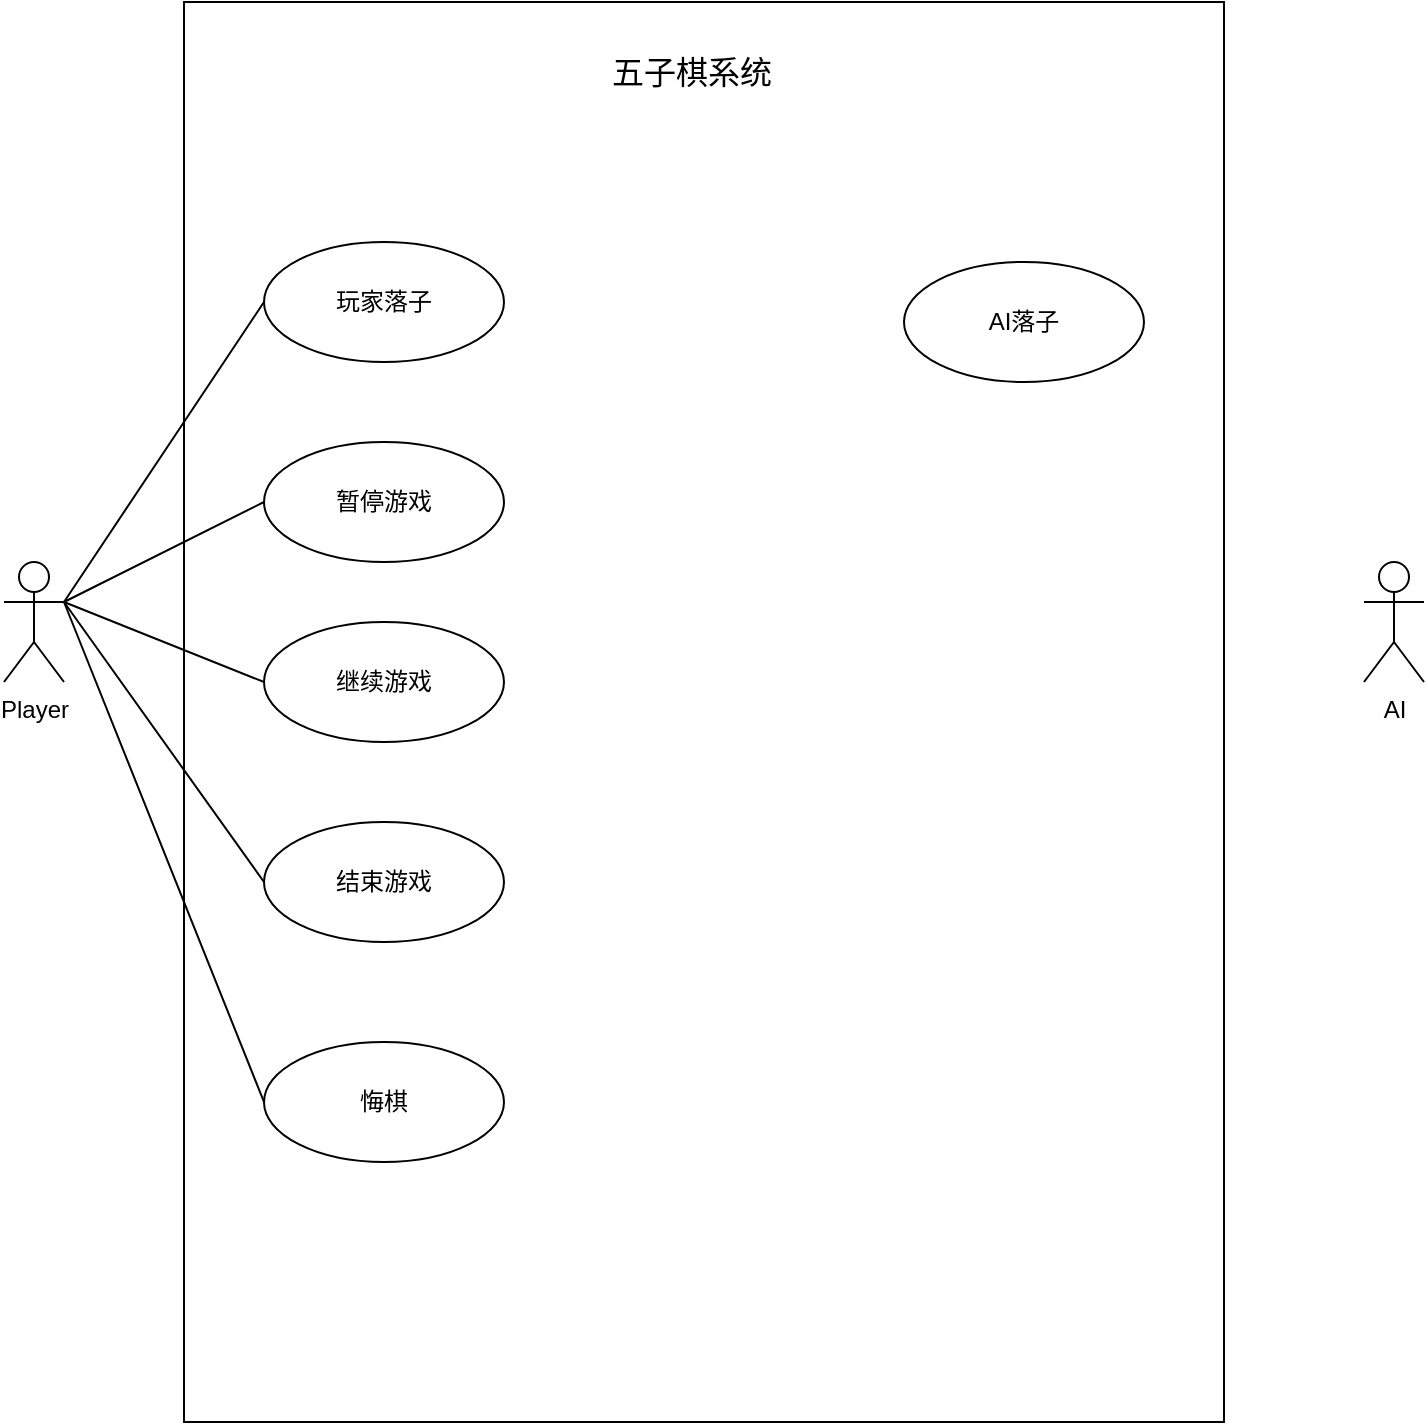
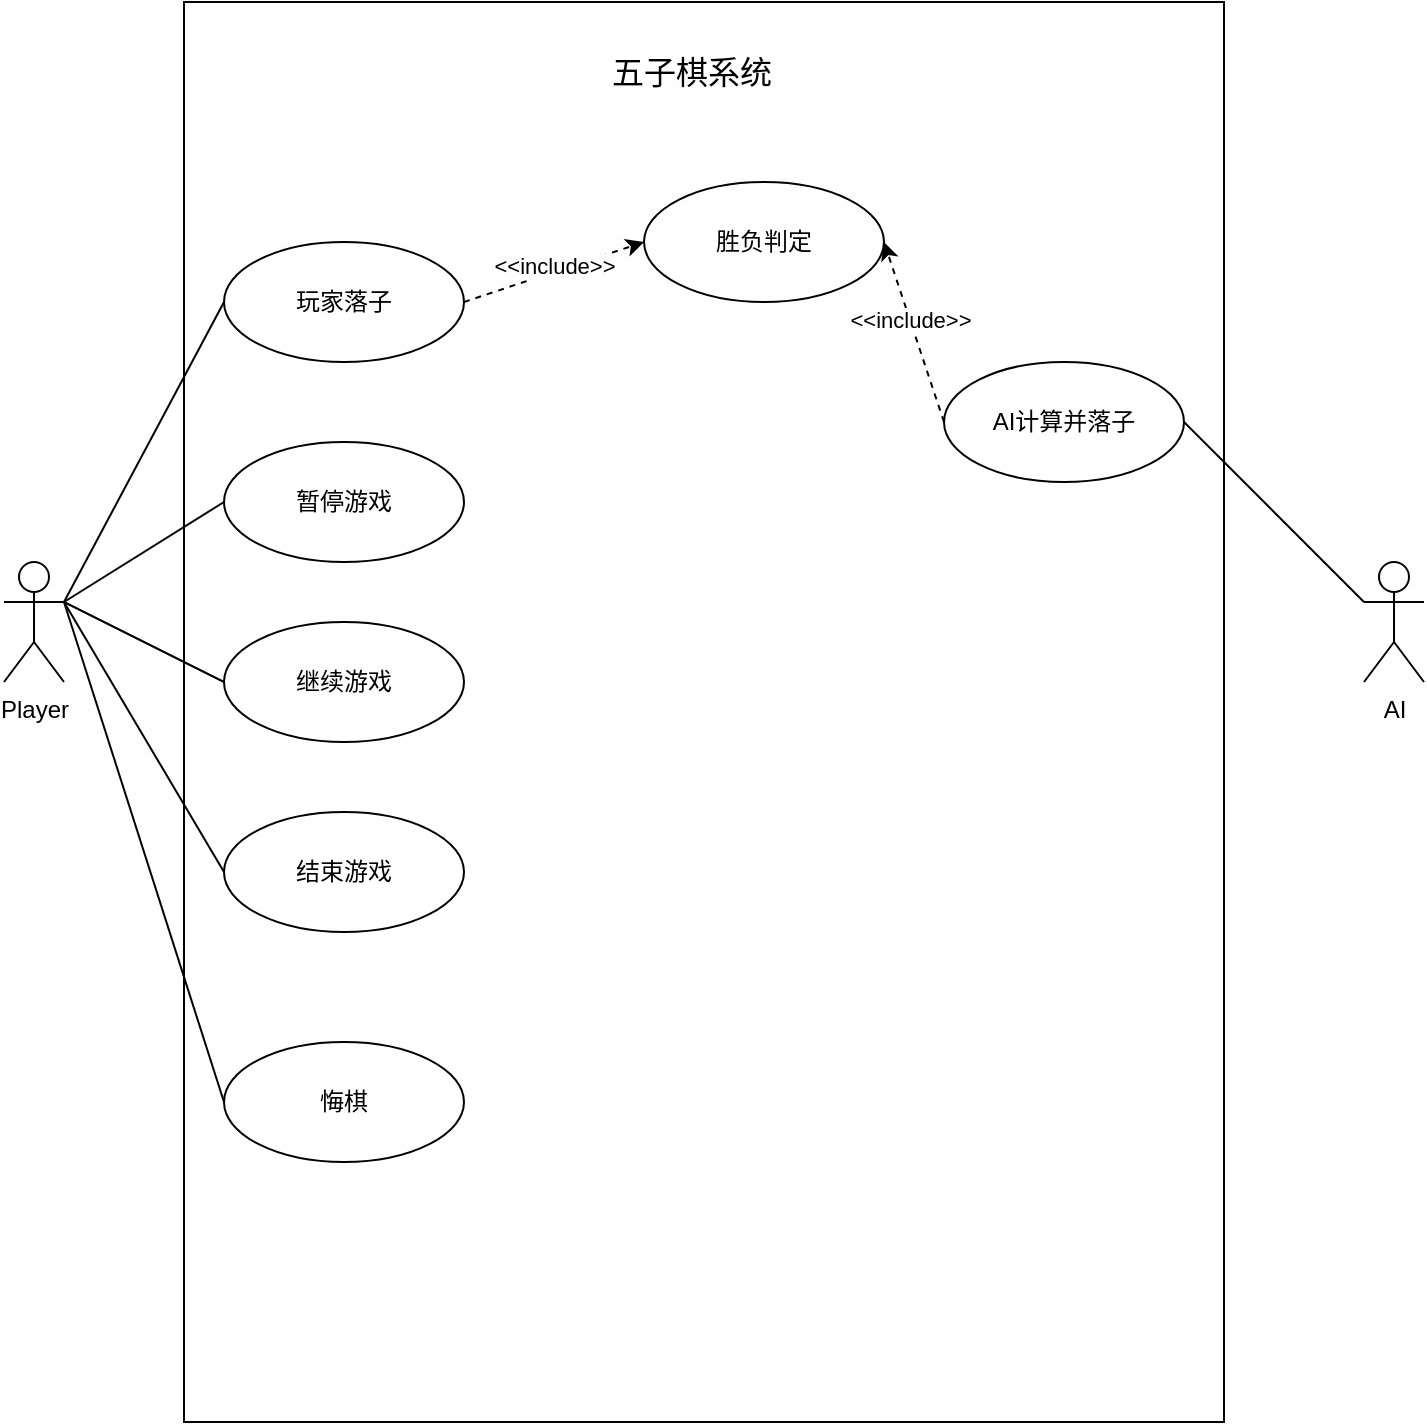
<mxfile host="app.diagrams.net">
  <diagram name="Page-1" id="mYUad11Odgced4m4luzt">
    <mxGraphModel dx="1201" dy="825" grid="1" gridSize="10" guides="1" tooltips="1" connect="1" arrows="1" fold="1" page="1" pageScale="1" pageWidth="827" pageHeight="1169" math="0" shadow="0">
      <root>
        <mxCell id="0" />
        <mxCell id="1" parent="0" />
        <mxCell id="FT644iExh8YyQrtBqDw--9" parent="1" style="shape=umlActor;verticalLabelPosition=bottom;verticalAlign=top;html=1;outlineConnect=0;" value="Player" vertex="1">
          <mxGeometry height="60" width="30" x="70" y="430" as="geometry" />
        </mxCell>
        <mxCell id="FT644iExh8YyQrtBqDw--10" parent="1" style="rounded=0;whiteSpace=wrap;html=1;" value="" vertex="1">
          <mxGeometry height="710" width="520" x="160" y="150" as="geometry" />
        </mxCell>
        <mxCell id="FT644iExh8YyQrtBqDw--8" parent="1" style="text;html=1;whiteSpace=wrap;strokeColor=none;fillColor=none;align=center;verticalAlign=middle;rounded=0;" value="&lt;font style=&quot;font-size: 16px;&quot;&gt;五子棋系统&lt;/font&gt;" vertex="1">
          <mxGeometry height="30" width="240" x="294" y="170" as="geometry" />
        </mxCell>
+         <mxCell id="fBbN4jeV9DzmqmJLsIvL-6" edge="1" parent="1" source="FT644iExh8YyQrtBqDw--14" style="rounded=0;orthogonalLoop=1;jettySize=auto;html=1;exitX=0;exitY=0.3333333333333333;exitDx=0;exitDy=0;exitPerimeter=0;entryX=1;entryY=0.5;entryDx=0;entryDy=0;endArrow=none;endFill=0;" target="FT644iExh8YyQrtBqDw--17">
+           <mxGeometry relative="1" as="geometry" />
+         </mxCell>
        <mxCell id="FT644iExh8YyQrtBqDw--14" parent="1" style="shape=umlActor;verticalLabelPosition=bottom;verticalAlign=top;html=1;outlineConnect=0;" value="AI&lt;div&gt;&lt;br&gt;&lt;/div&gt;" vertex="1">
          <mxGeometry height="60" width="30" x="750" y="430" as="geometry" />
        </mxCell>
+         <mxCell id="fBbN4jeV9DzmqmJLsIvL-8" edge="1" parent="1" source="FT644iExh8YyQrtBqDw--16" style="rounded=0;orthogonalLoop=1;jettySize=auto;html=1;exitX=1;exitY=0.5;exitDx=0;exitDy=0;entryX=0;entryY=0.5;entryDx=0;entryDy=0;dashed=1;" target="fBbN4jeV9DzmqmJLsIvL-7">
+           <mxGeometry relative="1" as="geometry" />
+         </mxCell>
+         <mxCell id="fBbN4jeV9DzmqmJLsIvL-10" connectable="0" parent="fBbN4jeV9DzmqmJLsIvL-8" style="edgeLabel;html=1;align=center;verticalAlign=middle;resizable=0;points=[];" value="&amp;lt;&amp;lt;include&amp;gt;&amp;gt;" vertex="1">
+           <mxGeometry relative="1" x="0.0178" y="3" as="geometry">
+             <mxPoint as="offset" />
+           </mxGeometry>
+         </mxCell>
        <mxCell id="FT644iExh8YyQrtBqDw--16" parent="1" style="ellipse;whiteSpace=wrap;html=1;" value="玩家落子" vertex="1">
-           <mxGeometry height="60" width="120" x="200" y="270" as="geometry" />
+           <mxGeometry height="60" width="120" x="180" y="270" as="geometry" />
        </mxCell>
-         <mxCell id="FT644iExh8YyQrtBqDw--17" parent="1" style="ellipse;whiteSpace=wrap;html=1;" value="AI落子" vertex="1">
-           <mxGeometry height="60" width="120" x="520" y="280" as="geometry" />
+         <mxCell id="FT644iExh8YyQrtBqDw--17" parent="1" style="ellipse;whiteSpace=wrap;html=1;" value="AI计算并落子" vertex="1">
+           <mxGeometry height="60" width="120" x="540" y="330" as="geometry" />
        </mxCell>
        <mxCell id="FT644iExh8YyQrtBqDw--18" parent="1" style="ellipse;whiteSpace=wrap;html=1;" value="暂停游戏" vertex="1">
-           <mxGeometry height="60" width="120" x="200" y="370" as="geometry" />
+           <mxGeometry height="60" width="120" x="180" y="370" as="geometry" />
        </mxCell>
        <mxCell id="FT644iExh8YyQrtBqDw--19" parent="1" style="ellipse;whiteSpace=wrap;html=1;" value="继续游戏" vertex="1">
-           <mxGeometry height="60" width="120" x="200" y="460" as="geometry" />
+           <mxGeometry height="60" width="120" x="180" y="460" as="geometry" />
        </mxCell>
        <mxCell id="FT644iExh8YyQrtBqDw--20" parent="1" style="ellipse;whiteSpace=wrap;html=1;" value="结束游戏" vertex="1">
-           <mxGeometry height="60" width="120" x="200" y="560" as="geometry" />
+           <mxGeometry height="60" width="120" x="180" y="555" as="geometry" />
        </mxCell>
        <mxCell id="FT644iExh8YyQrtBqDw--21" parent="1" style="ellipse;whiteSpace=wrap;html=1;" value="悔棋" vertex="1">
-           <mxGeometry height="60" width="120" x="200" y="670" as="geometry" />
+           <mxGeometry height="60" width="120" x="180" y="670" as="geometry" />
        </mxCell>
        <mxCell id="fBbN4jeV9DzmqmJLsIvL-1" edge="1" parent="1" source="FT644iExh8YyQrtBqDw--9" style="rounded=0;orthogonalLoop=1;jettySize=auto;html=1;exitX=1;exitY=0.3333333333333333;exitDx=0;exitDy=0;exitPerimeter=0;entryX=0;entryY=0.5;entryDx=0;entryDy=0;endArrow=none;endFill=0;" target="FT644iExh8YyQrtBqDw--16">
          <mxGeometry relative="1" as="geometry" />
        </mxCell>
        <mxCell id="fBbN4jeV9DzmqmJLsIvL-2" edge="1" parent="1" source="FT644iExh8YyQrtBqDw--9" style="rounded=0;orthogonalLoop=1;jettySize=auto;html=1;exitX=1;exitY=0.3333333333333333;exitDx=0;exitDy=0;exitPerimeter=0;entryX=0;entryY=0.5;entryDx=0;entryDy=0;endArrow=none;endFill=0;" target="FT644iExh8YyQrtBqDw--18">
          <mxGeometry relative="1" as="geometry" />
        </mxCell>
        <mxCell id="fBbN4jeV9DzmqmJLsIvL-3" edge="1" parent="1" source="FT644iExh8YyQrtBqDw--9" style="rounded=0;orthogonalLoop=1;jettySize=auto;html=1;exitX=1;exitY=0.3333333333333333;exitDx=0;exitDy=0;exitPerimeter=0;entryX=0;entryY=0.5;entryDx=0;entryDy=0;endArrow=none;endFill=0;" target="FT644iExh8YyQrtBqDw--19">
          <mxGeometry relative="1" as="geometry" />
        </mxCell>
        <mxCell id="fBbN4jeV9DzmqmJLsIvL-4" edge="1" parent="1" source="FT644iExh8YyQrtBqDw--9" style="rounded=0;orthogonalLoop=1;jettySize=auto;html=1;exitX=1;exitY=0.3333333333333333;exitDx=0;exitDy=0;exitPerimeter=0;entryX=0;entryY=0.5;entryDx=0;entryDy=0;endArrow=none;endFill=0;" target="FT644iExh8YyQrtBqDw--20">
          <mxGeometry relative="1" as="geometry" />
        </mxCell>
        <mxCell id="fBbN4jeV9DzmqmJLsIvL-5" edge="1" parent="1" source="FT644iExh8YyQrtBqDw--9" style="rounded=0;orthogonalLoop=1;jettySize=auto;html=1;exitX=1;exitY=0.3333333333333333;exitDx=0;exitDy=0;exitPerimeter=0;entryX=0;entryY=0.5;entryDx=0;entryDy=0;endArrow=none;endFill=0;" target="FT644iExh8YyQrtBqDw--21">
          <mxGeometry relative="1" as="geometry" />
        </mxCell>
+         <mxCell id="fBbN4jeV9DzmqmJLsIvL-7" parent="1" style="ellipse;whiteSpace=wrap;html=1;" value="胜负判定" vertex="1">
+           <mxGeometry height="60" width="120" x="390" y="240" as="geometry" />
+         </mxCell>
+         <mxCell id="fBbN4jeV9DzmqmJLsIvL-9" edge="1" parent="1" source="FT644iExh8YyQrtBqDw--17" style="rounded=0;orthogonalLoop=1;jettySize=auto;html=1;exitX=0;exitY=0.5;exitDx=0;exitDy=0;entryX=1;entryY=0.5;entryDx=0;entryDy=0;dashed=1;" target="fBbN4jeV9DzmqmJLsIvL-7">
+           <mxGeometry relative="1" as="geometry">
+             <mxPoint x="390" y="310" as="sourcePoint" />
+             <mxPoint x="480" y="280" as="targetPoint" />
+           </mxGeometry>
+         </mxCell>
+         <mxCell id="fBbN4jeV9DzmqmJLsIvL-11" connectable="0" parent="fBbN4jeV9DzmqmJLsIvL-9" style="edgeLabel;html=1;align=center;verticalAlign=middle;resizable=0;points=[];" value="&amp;lt;&amp;lt;include&amp;gt;&amp;gt;" vertex="1">
+           <mxGeometry relative="1" x="0.1467" as="geometry">
+             <mxPoint as="offset" />
+           </mxGeometry>
+         </mxCell>
      </root>
    </mxGraphModel>
  </diagram>
</mxfile>
